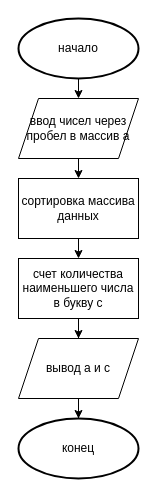
The draw.io diagram домашняя контрольная 2/1.drawio in xXSafireXx/DKR-2, before the edit. Source tidied: cells renumbered, new cells numbered last; positions are measured from the earlier drawing's top-left corner, leaving out a move shared by most shapes. Both pictures are drawn from the tidied source at 100%, with x=0, y=0 at pixel (18, 18).
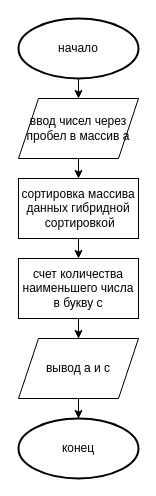
After the change.

Change to the diagram source:
```diff
@@
 <mxGraphModel>
   <root>
     <mxCell id="0" />
     <mxCell id="1" parent="0" />
     <mxCell id="2" style="edgeStyle=orthogonalEdgeStyle;rounded=0;jettySize=auto;html=1;exitX=0.5;exitY=1;exitDx=0;exitDy=0;exitPerimeter=0;entryX=0.5;entryY=0;entryDx=0;entryDy=0;" parent="1" edge="1" source="3">
       <mxGeometry relative="1" as="geometry">
         <mxPoint x="60" y="80" as="targetPoint" />
       </mxGeometry>
     </mxCell>
     <mxCell id="3" value="начало" style="strokeWidth=2;html=1;shape=mxgraph.flowchart.start_1;whiteSpace=wrap;" parent="1" vertex="1">
       <mxGeometry width="120" height="60" as="geometry" />
     </mxCell>
     <mxCell id="4" style="edgeStyle=orthogonalEdgeStyle;rounded=0;jettySize=auto;html=1;exitX=0.5;exitY=1;exitDx=0;exitDy=0;entryX=0.5;entryY=0;entryDx=0;entryDy=0;" parent="1" edge="1" source="5" target="7">
       <mxGeometry relative="1" as="geometry" />
     </mxCell>
     <mxCell id="5" value="ввод чисел через пробел в массив а" style="shape=parallelogram;perimeter=parallelogramPerimeter;whiteSpace=wrap;html=1;fixedSize=1;" parent="1" vertex="1">
       <mxGeometry y="80" width="120" height="60" as="geometry" />
     </mxCell>
     <mxCell id="6" style="edgeStyle=orthogonalEdgeStyle;rounded=0;jettySize=auto;html=1;exitX=0.5;exitY=1;exitDx=0;exitDy=0;entryX=0.5;entryY=0;entryDx=0;entryDy=0;" parent="1" edge="1" source="7" target="9">
       <mxGeometry relative="1" as="geometry" />
     </mxCell>
-    <mxCell id="7" value="сортировка массива данных" style="rounded=0;whiteSpace=wrap;html=1;" parent="1" vertex="1">
+    <mxCell id="7" value="сортировка массива данных гибридной&lt;br&gt;&amp;nbsp;сортировкой" style="rounded=0;whiteSpace=wrap;html=1;" parent="1" vertex="1">
       <mxGeometry y="160" width="120" height="60" as="geometry" />
     </mxCell>
     <mxCell id="8" style="edgeStyle=orthogonalEdgeStyle;rounded=0;jettySize=auto;html=1;exitX=0.5;exitY=1;exitDx=0;exitDy=0;" parent="1" edge="1" source="9" target="11">
       <mxGeometry relative="1" as="geometry" />
     </mxCell>
     <mxCell id="9" value="счет количества наименьшего числа в букву с" style="rounded=0;whiteSpace=wrap;html=1;" parent="1" vertex="1">
       <mxGeometry y="240" width="120" height="60" as="geometry" />
     </mxCell>
     <mxCell id="10" style="edgeStyle=orthogonalEdgeStyle;rounded=0;jettySize=auto;html=1;exitX=0.5;exitY=1;exitDx=0;exitDy=0;" parent="1" edge="1" source="11" target="12">
       <mxGeometry relative="1" as="geometry" />
     </mxCell>
     <mxCell id="11" value="вывод а и с" style="shape=parallelogram;perimeter=parallelogramPerimeter;whiteSpace=wrap;html=1;fixedSize=1;" parent="1" vertex="1">
       <mxGeometry y="320" width="120" height="60" as="geometry" />
     </mxCell>
     <mxCell id="12" value="конец" style="strokeWidth=2;html=1;shape=mxgraph.flowchart.start_1;whiteSpace=wrap;" parent="1" vertex="1">
       <mxGeometry y="400" width="120" height="60" as="geometry" />
     </mxCell>
   </root>
 </mxGraphModel>
```
